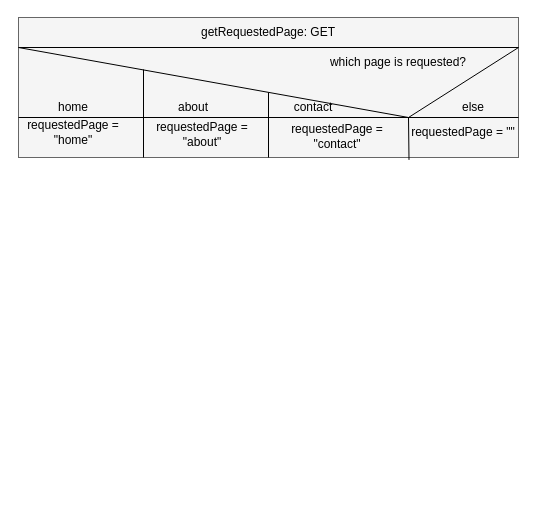
The draw.io diagram Diagrams/PSD Opdracht 2.1.drawio in JeroenHeemskerk/educom-webshop-basis-1725865620, before the edit. Source tidied: cells renumbered, new cells numbered last; positions are measured from the earlier drawing's top-left corner, leaving out a move shared by most shapes. Both pictures are drawn from the tidied source at 100%, with x=0, y=0 at pixel (18, 17).
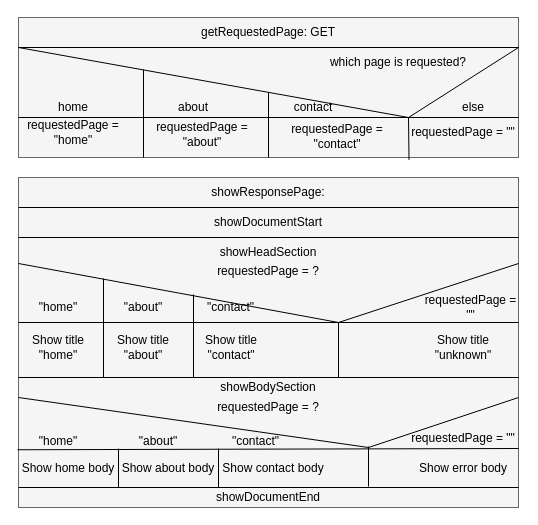
The same page after the edit.

Commit message:
PSD showResponsePage #6

What changed in the source:
```diff
@@
+    <mxCell id="25" style="whiteSpace=wrap;html=1;fontColor=#333333;fillColor=#f5f5f5;strokeColor=#666666;" parent="1" vertex="1">
+      <mxGeometry y="160" width="500" height="330" as="geometry" />
+    </mxCell>
+    <mxCell id="26" style="edgeStyle=none;html=1;exitX=0;exitY=1;exitDx=0;exitDy=0;entryX=1;entryY=0;entryDx=0;entryDy=0;strokeColor=#000000;fontColor=#000000;endArrow=none;endFill=0;" parent="1" edge="1" source="27" target="28">
+      <mxGeometry relative="1" as="geometry" />
+    </mxCell>
+    <mxCell id="27" value="&lt;font color=&quot;#000000&quot;&gt;showResponsePage:&lt;/font&gt;" style="text;strokeColor=none;align=center;fillColor=none;html=1;verticalAlign=middle;whiteSpace=wrap;rounded=0;" parent="1" vertex="1">
+      <mxGeometry y="160" width="500" height="30" as="geometry" />
+    </mxCell>
+    <mxCell id="28" value="showDocumentStart" style="text;strokeColor=none;align=center;fillColor=none;html=1;verticalAlign=middle;whiteSpace=wrap;rounded=0;fontColor=#000000;" parent="1" vertex="1">
+      <mxGeometry y="190" width="500" height="30" as="geometry" />
+    </mxCell>
+    <mxCell id="29" value="showHeadSection" style="text;strokeColor=none;align=center;fillColor=none;html=1;verticalAlign=middle;whiteSpace=wrap;rounded=0;fontColor=#000000;" parent="1" vertex="1">
+      <mxGeometry y="220" width="500" height="30" as="geometry" />
+    </mxCell>
+    <mxCell id="30" style="edgeStyle=none;html=1;exitX=0;exitY=1;exitDx=0;exitDy=0;entryX=1;entryY=1;entryDx=0;entryDy=0;strokeColor=#000000;fontColor=#000000;endArrow=none;endFill=0;" parent="1" edge="1" source="28" target="28">
+      <mxGeometry relative="1" as="geometry" />
+    </mxCell>
+    <mxCell id="31" style="edgeStyle=none;html=1;exitX=0;exitY=1;exitDx=0;exitDy=0;entryX=1;entryY=1;entryDx=0;entryDy=0;strokeColor=#000000;fontColor=#000000;endArrow=none;endFill=0;" parent="1" edge="1" source="32" target="36">
+      <mxGeometry relative="1" as="geometry" />
+    </mxCell>
+    <mxCell id="32" value="&quot;home&quot;" style="text;strokeColor=none;align=center;fillColor=none;html=1;verticalAlign=middle;whiteSpace=wrap;rounded=0;fontColor=#000000;" parent="1" vertex="1">
+      <mxGeometry y="275" width="80" height="30" as="geometry" />
+    </mxCell>
+    <mxCell id="33" value="Show title &quot;home&quot;" style="text;strokeColor=none;align=center;fillColor=none;html=1;verticalAlign=middle;whiteSpace=wrap;rounded=0;fontColor=#000000;" parent="1" vertex="1">
+      <mxGeometry x="10" y="315" width="60" height="30" as="geometry" />
+    </mxCell>
+    <mxCell id="34" value="&quot;about&quot;" style="text;strokeColor=none;align=center;fillColor=none;html=1;verticalAlign=middle;whiteSpace=wrap;rounded=0;fontColor=#000000;" parent="1" vertex="1">
+      <mxGeometry x="85" y="275" width="80" height="30" as="geometry" />
+    </mxCell>
+    <mxCell id="35" value="&quot;contact&quot;" style="text;strokeColor=none;align=center;fillColor=none;html=1;verticalAlign=middle;whiteSpace=wrap;rounded=0;fontColor=#000000;" parent="1" vertex="1">
+      <mxGeometry x="175" y="275" width="75" height="30" as="geometry" />
+    </mxCell>
+    <mxCell id="36" value="requestedPage = &quot;&quot;" style="text;strokeColor=none;align=center;fillColor=none;html=1;verticalAlign=middle;whiteSpace=wrap;rounded=0;fontColor=#000000;" parent="1" vertex="1">
+      <mxGeometry x="405.2" y="275" width="94.8" height="30" as="geometry" />
+    </mxCell>
+    <mxCell id="37" value="Show title &quot;about&quot;" style="text;strokeColor=none;align=center;fillColor=none;html=1;verticalAlign=middle;whiteSpace=wrap;rounded=0;fontColor=#000000;" parent="1" vertex="1">
+      <mxGeometry x="95" y="315" width="60" height="30" as="geometry" />
+    </mxCell>
+    <mxCell id="38" value="Show title &quot;contact&quot;" style="text;strokeColor=none;align=center;fillColor=none;html=1;verticalAlign=middle;whiteSpace=wrap;rounded=0;fontColor=#000000;" parent="1" vertex="1">
+      <mxGeometry x="182.5" y="315" width="60" height="30" as="geometry" />
+    </mxCell>
+    <mxCell id="39" value="Show title &quot;unknown&quot;" style="text;strokeColor=none;align=center;fillColor=none;html=1;verticalAlign=middle;whiteSpace=wrap;rounded=0;fontColor=#000000;" parent="1" vertex="1">
+      <mxGeometry x="415" y="315" width="60" height="30" as="geometry" />
+    </mxCell>
+    <mxCell id="40" style="edgeStyle=none;html=1;exitX=0;exitY=0;exitDx=0;exitDy=0;strokeColor=#000000;fontColor=#000000;endArrow=none;endFill=0;" parent="1" edge="1" source="42">
+      <mxGeometry relative="1" as="geometry">
+        <mxPoint x="320" y="305" as="targetPoint" />
+      </mxGeometry>
+    </mxCell>
+    <mxCell id="41" style="edgeStyle=none;html=1;exitX=1;exitY=0;exitDx=0;exitDy=0;strokeColor=#000000;fontColor=#000000;endArrow=none;endFill=0;" parent="1" edge="1" source="42">
+      <mxGeometry relative="1" as="geometry">
+        <mxPoint x="320" y="305" as="targetPoint" />
+      </mxGeometry>
+    </mxCell>
+    <mxCell id="42" value="requestedPage = ?" style="text;strokeColor=none;align=center;fillColor=none;html=1;verticalAlign=middle;whiteSpace=wrap;rounded=0;fontColor=#000000;" parent="1" vertex="1">
+      <mxGeometry y="246" width="500" height="15" as="geometry" />
+    </mxCell>
+    <mxCell id="43" style="edgeStyle=none;orthogonalLoop=1;jettySize=auto;html=1;strokeColor=#000000;fontColor=#000000;endArrow=none;endFill=0;entryX=0.64;entryY=1.003;entryDx=0;entryDy=0;entryPerimeter=0;" parent="1" edge="1">
+      <mxGeometry relative="1" as="geometry">
+        <mxPoint x="320" y="305" as="sourcePoint" />
+        <mxPoint x="320" y="359.6" as="targetPoint" />
+      </mxGeometry>
+    </mxCell>
+    <mxCell id="44" style="edgeStyle=none;orthogonalLoop=1;jettySize=auto;html=1;strokeColor=#000000;fontColor=#000000;endArrow=none;endFill=0;entryX=0.64;entryY=1.003;entryDx=0;entryDy=0;entryPerimeter=0;" parent="1" edge="1">
+      <mxGeometry relative="1" as="geometry">
+        <mxPoint x="175" y="277" as="sourcePoint" />
+        <mxPoint x="175" y="359.6" as="targetPoint" />
+      </mxGeometry>
+    </mxCell>
+    <mxCell id="45" style="edgeStyle=none;orthogonalLoop=1;jettySize=auto;html=1;strokeColor=#000000;fontColor=#000000;endArrow=none;endFill=0;entryX=0.64;entryY=1.003;entryDx=0;entryDy=0;entryPerimeter=0;exitX=0.167;exitY=1.041;exitDx=0;exitDy=0;exitPerimeter=0;" parent="1" edge="1">
+      <mxGeometry relative="1" as="geometry">
+        <mxPoint x="85" y="261" as="sourcePoint" />
+        <mxPoint x="85" y="360" as="targetPoint" />
+      </mxGeometry>
+    </mxCell>
+    <mxCell id="46" value="showBodySection" style="text;strokeColor=none;align=center;fillColor=none;html=1;verticalAlign=middle;whiteSpace=wrap;rounded=0;fontColor=#000000;" parent="1" vertex="1">
+      <mxGeometry y="360" width="500" height="20" as="geometry" />
+    </mxCell>
+    <mxCell id="47" style="edgeStyle=none;html=1;exitX=0;exitY=0;exitDx=0;exitDy=0;entryX=1;entryY=0;entryDx=0;entryDy=0;strokeColor=#000000;fontColor=#000000;endArrow=none;endFill=0;" parent="1" edge="1" source="46" target="46">
+      <mxGeometry relative="1" as="geometry" />
+    </mxCell>
+    <mxCell id="48" style="edgeStyle=none;html=1;exitX=0;exitY=0;exitDx=0;exitDy=0;strokeColor=#000000;fontColor=#000000;endArrow=none;endFill=0;" parent="1" edge="1" source="49">
+      <mxGeometry relative="1" as="geometry">
+        <mxPoint x="350" y="430" as="targetPoint" />
+      </mxGeometry>
+    </mxCell>
+    <mxCell id="49" value="requestedPage = ?" style="text;strokeColor=none;align=center;fillColor=none;html=1;verticalAlign=middle;whiteSpace=wrap;rounded=0;fontColor=#000000;" parent="1" vertex="1">
+      <mxGeometry y="380" width="500" height="20" as="geometry" />
+    </mxCell>
+    <mxCell id="50" value="&quot;home&quot;" style="text;strokeColor=none;align=center;fillColor=none;html=1;verticalAlign=middle;whiteSpace=wrap;rounded=0;fontColor=#000000;" parent="1" vertex="1">
+      <mxGeometry y="414" width="80" height="20" as="geometry" />
+    </mxCell>
+    <mxCell id="51" value="&quot;about&quot;" style="text;strokeColor=none;align=center;fillColor=none;html=1;verticalAlign=middle;whiteSpace=wrap;rounded=0;fontColor=#000000;" parent="1" vertex="1">
+      <mxGeometry x="100" y="414" width="80" height="20" as="geometry" />
+    </mxCell>
+    <mxCell id="52" value="&quot;contact&quot;" style="text;strokeColor=none;align=center;fillColor=none;html=1;verticalAlign=middle;whiteSpace=wrap;rounded=0;fontColor=#000000;" parent="1" vertex="1">
+      <mxGeometry x="200" y="414" width="75" height="20" as="geometry" />
+    </mxCell>
+    <mxCell id="53" value="requestedPage = &quot;&quot;" style="text;strokeColor=none;align=center;fillColor=none;html=1;verticalAlign=middle;whiteSpace=wrap;rounded=0;fontColor=#000000;" parent="1" vertex="1">
+      <mxGeometry x="390" y="411" width="110" height="20" as="geometry" />
+    </mxCell>
+    <mxCell id="54" value="Show home body" style="text;strokeColor=none;align=center;fillColor=none;html=1;verticalAlign=middle;whiteSpace=wrap;rounded=0;fontColor=#000000;" parent="1" vertex="1">
+      <mxGeometry y="436" width="100" height="30" as="geometry" />
+    </mxCell>
+    <mxCell id="55" value="Show about body" style="text;strokeColor=none;align=center;fillColor=none;html=1;verticalAlign=middle;whiteSpace=wrap;rounded=0;fontColor=#000000;" parent="1" vertex="1">
+      <mxGeometry x="100" y="436" width="100" height="30" as="geometry" />
+    </mxCell>
+    <mxCell id="56" value="Show contact body" style="text;strokeColor=none;align=center;fillColor=none;html=1;verticalAlign=middle;whiteSpace=wrap;rounded=0;fontColor=#000000;" parent="1" vertex="1">
+      <mxGeometry x="200" y="436" width="110" height="30" as="geometry" />
+    </mxCell>
+    <mxCell id="57" value="Show error body" style="text;strokeColor=none;align=center;fillColor=none;html=1;verticalAlign=middle;whiteSpace=wrap;rounded=0;fontColor=#000000;" parent="1" vertex="1">
+      <mxGeometry x="395" y="436" width="100" height="30" as="geometry" />
+    </mxCell>
+    <mxCell id="58" style="edgeStyle=none;jettySize=auto;html=1;strokeColor=#000000;fontColor=#000000;endArrow=none;endFill=0;entryX=0.7;entryY=-0.05;entryDx=0;entryDy=0;entryPerimeter=0;" parent="1" edge="1" target="60">
+      <mxGeometry relative="1" as="geometry">
+        <mxPoint x="350" y="429" as="sourcePoint" />
+      </mxGeometry>
+    </mxCell>
+    <mxCell id="59" style="edgeStyle=none;jettySize=auto;html=1;strokeColor=#000000;fontColor=#000000;endArrow=none;endFill=0;exitX=1;exitY=0;exitDx=0;exitDy=0;" parent="1" edge="1" source="49">
+      <mxGeometry relative="1" as="geometry">
+        <mxPoint x="350" y="430" as="targetPoint" />
+      </mxGeometry>
+    </mxCell>
+    <mxCell id="60" value="showDocumentEnd" style="text;strokeColor=none;align=center;fillColor=none;html=1;verticalAlign=middle;whiteSpace=wrap;rounded=0;fontColor=#000000;" parent="1" vertex="1">
+      <mxGeometry y="470" width="500" height="20" as="geometry" />
+    </mxCell>
+    <mxCell id="61" style="edgeStyle=none;html=1;exitX=0;exitY=0;exitDx=0;exitDy=0;entryX=1;entryY=0;entryDx=0;entryDy=0;strokeColor=#000000;fontColor=#000000;endArrow=none;endFill=0;" parent="1" edge="1" source="60" target="60">
+      <mxGeometry relative="1" as="geometry" />
+    </mxCell>
+    <mxCell id="62" style="edgeStyle=none;jettySize=auto;html=1;strokeColor=#000000;fontColor=#000000;endArrow=none;endFill=0;entryX=1;entryY=1;entryDx=0;entryDy=0;exitX=-0.002;exitY=0.825;exitDx=0;exitDy=0;exitPerimeter=0;" parent="1" edge="1" source="25" target="53">
+      <mxGeometry relative="1" as="geometry" />
+    </mxCell>
+    <mxCell id="63" style="edgeStyle=none;orthogonalLoop=1;jettySize=auto;html=1;strokeColor=#000000;fontColor=#000000;endArrow=none;endFill=0;" parent="1" edge="1">
+      <mxGeometry relative="1" as="geometry">
+        <mxPoint x="200" y="431" as="sourcePoint" />
+        <mxPoint x="200" y="470" as="targetPoint" />
+      </mxGeometry>
+    </mxCell>
+    <mxCell id="64" style="edgeStyle=none;orthogonalLoop=1;jettySize=auto;html=1;strokeColor=#000000;fontColor=#000000;endArrow=none;endFill=0;" parent="1" edge="1">
+      <mxGeometry relative="1" as="geometry">
+        <mxPoint x="100" y="431" as="sourcePoint" />
+        <mxPoint x="100" y="470" as="targetPoint" />
+      </mxGeometry>
+    </mxCell>
```
